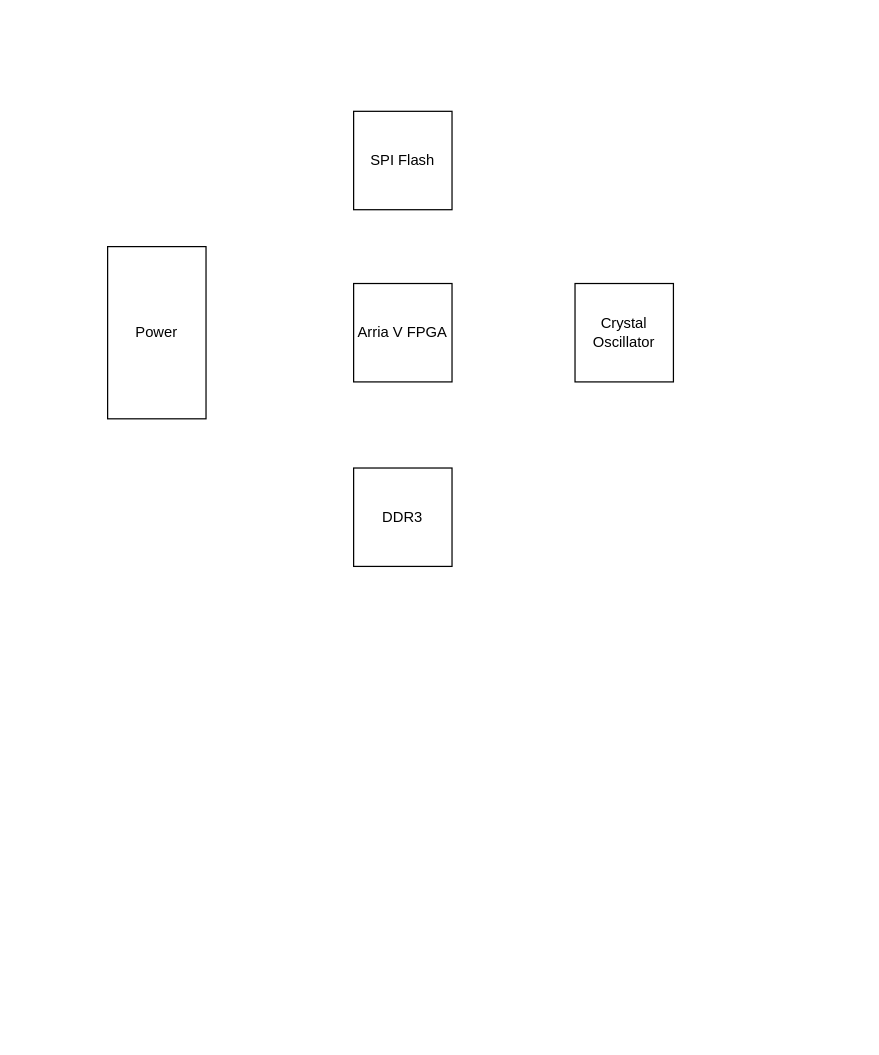
This is ArriaV_T-CON/HardwareDesignDiagram.drawio from Alfre-D-Wen/Projects_Review, a draw.io file, before an edit. Source tidied: cells renumbered, new cells numbered last; positions are measured from the earlier drawing's top-left corner, leaving out a move shared by most shapes. Both pictures are drawn from the tidied source at 123%, with x=0, y=0 at pixel (107, 111).
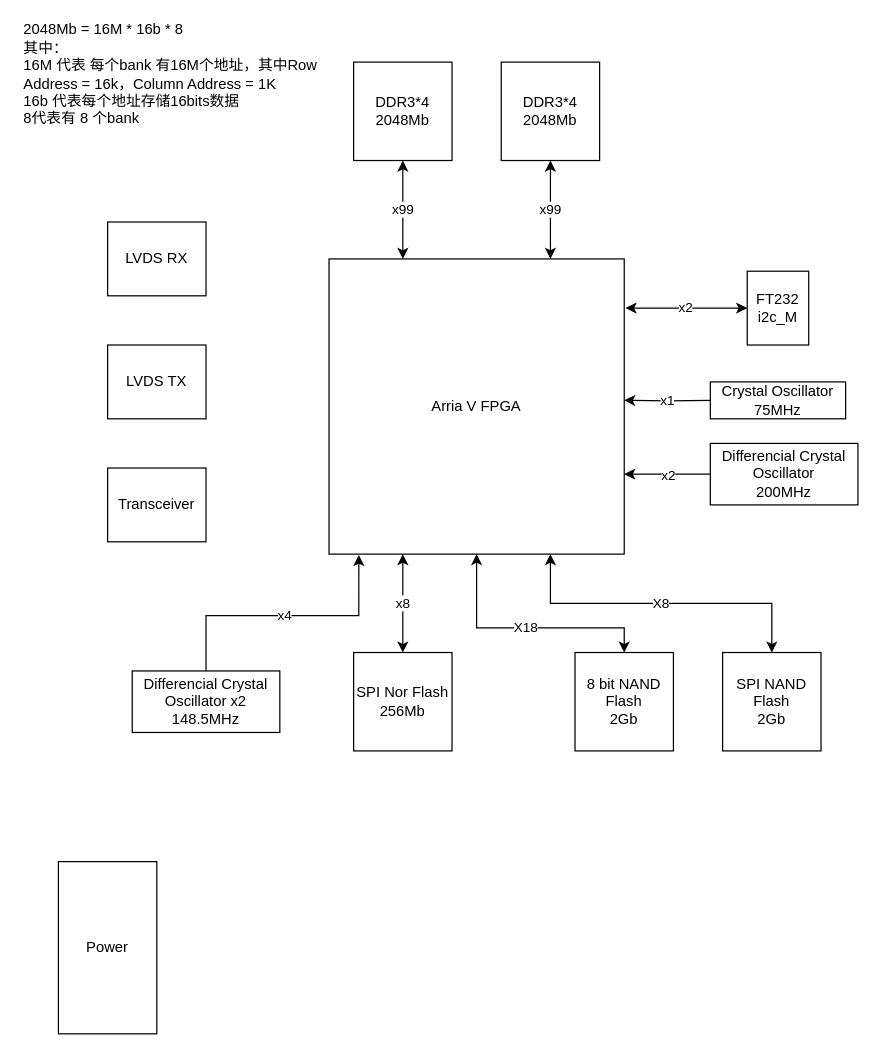
The same page after the edit.

What changed in the source:
```diff
@@
+    <mxCell id="7" value="x99" style="edgeStyle=orthogonalEdgeStyle;rounded=0;jettySize=auto;html=1;exitX=0.25;exitY=0;exitDx=0;exitDy=0;entryX=0.5;entryY=1;entryDx=0;entryDy=0;startArrow=classic;startFill=1;" parent="1" edge="1" source="2" target="5">
+      <mxGeometry relative="1" as="geometry" />
+    </mxCell>
+    <mxCell id="8" value="x1" style="edgeStyle=orthogonalEdgeStyle;rounded=0;jettySize=auto;html=1;entryX=0;entryY=0.5;entryDx=0;entryDy=0;startArrow=classic;startFill=1;endArrow=none;endFill=0;" parent="1" edge="1" target="6">
+      <mxGeometry relative="1" as="geometry">
+        <mxPoint x="420" y="235" as="sourcePoint" />
+      </mxGeometry>
+    </mxCell>
+    <mxCell id="9" value="X8" style="edgeStyle=orthogonalEdgeStyle;rounded=0;jettySize=auto;html=1;exitX=0.75;exitY=1;exitDx=0;exitDy=0;entryX=0.5;entryY=0;entryDx=0;entryDy=0;startArrow=classic;startFill=1;endArrow=classic;endFill=1;" parent="1" edge="1" source="2" target="4">
+      <mxGeometry relative="1" as="geometry" />
+    </mxCell>
+    <mxCell id="10" value="X18" style="edgeStyle=orthogonalEdgeStyle;rounded=0;jettySize=auto;html=1;exitX=0.5;exitY=1;exitDx=0;exitDy=0;entryX=0.5;entryY=0;entryDx=0;entryDy=0;startArrow=classic;startFill=1;endArrow=classic;endFill=1;" parent="1" edge="1" source="2" target="19">
+      <mxGeometry relative="1" as="geometry">
+        <Array as="points">
+          <mxPoint x="300" y="420" />
+          <mxPoint x="420" y="420" />
+        </Array>
+      </mxGeometry>
+    </mxCell>
     <mxCell id="2" value="Arria V FPGA" style="whiteSpace=wrap;html=1;" parent="1" vertex="1">
-      <mxGeometry x="200" y="140" width="80" height="80" as="geometry" />
+      <mxGeometry x="180" y="120" width="240" height="240" as="geometry" />
     </mxCell>
     <mxCell id="3" value="Power" style="rounded=0;whiteSpace=wrap;html=1;rotation=0;" parent="1" vertex="1">
-      <mxGeometry y="110" width="80" height="140" as="geometry" />
+      <mxGeometry x="-40" y="610" width="80" height="140" as="geometry" />
     </mxCell>
-    <mxCell id="4" value="SPI Flash" style="rounded=0;whiteSpace=wrap;html=1;rotation=0;" parent="1" vertex="1">
-      <mxGeometry x="200" width="80" height="80" as="geometry" />
+    <mxCell id="4" value="SPI NAND Flash&lt;br&gt;2Gb" style="rounded=0;whiteSpace=wrap;html=1;rotation=0;" parent="1" vertex="1">
+      <mxGeometry x="500" y="440" width="80" height="80" as="geometry" />
     </mxCell>
-    <mxCell id="5" value="DDR3" style="rounded=0;whiteSpace=wrap;html=1;rotation=0;" parent="1" vertex="1">
-      <mxGeometry x="200" y="290" width="80" height="80" as="geometry" />
+    <mxCell id="5" value="DDR3*4&lt;br&gt;2048Mb" style="rounded=0;whiteSpace=wrap;html=1;rotation=0;" parent="1" vertex="1">
+      <mxGeometry x="200" y="-40" width="80" height="80" as="geometry" />
     </mxCell>
-    <mxCell id="6" value="Crystal Oscillator" style="rounded=0;whiteSpace=wrap;html=1;rotation=0;" parent="1" vertex="1">
-      <mxGeometry x="380" y="140" width="80" height="80" as="geometry" />
+    <mxCell id="6" value="Crystal Oscillator&lt;br&gt;75MHz" style="rounded=0;whiteSpace=wrap;html=1;rotation=0;" parent="1" vertex="1">
+      <mxGeometry x="490" y="220" width="110" height="30" as="geometry" />
     </mxCell>
+    <mxCell id="11" value="LVDS RX" style="rounded=0;whiteSpace=wrap;html=1;" parent="1" vertex="1">
+      <mxGeometry y="90" width="80" height="60" as="geometry" />
+    </mxCell>
+    <mxCell id="12" value="2048Mb = 16M * 16b * 8&lt;br&gt;其中：&lt;br&gt;16M 代表 每个bank 有16M个地址，其中Row Address = 16k，Column Address = 1K&lt;br&gt;16b 代表每个地址存储16bits数据&lt;br&gt;8代表有 8 个bank" style="text;html=1;strokeColor=none;fillColor=none;align=left;verticalAlign=middle;whiteSpace=wrap;rounded=0;" parent="1" vertex="1">
+      <mxGeometry x="-70" y="-40" width="270" height="20" as="geometry" />
+    </mxCell>
+    <mxCell id="13" value="x2" style="edgeStyle=orthogonalEdgeStyle;rounded=0;jettySize=auto;html=1;exitX=0;exitY=0.5;exitDx=0;exitDy=0;startArrow=classic;startFill=1;" parent="1" edge="1" source="14">
+      <mxGeometry relative="1" as="geometry">
+        <mxPoint x="421" y="160" as="targetPoint" />
+        <Array as="points">
+          <mxPoint x="421" y="160" />
+        </Array>
+      </mxGeometry>
+    </mxCell>
+    <mxCell id="14" value="FT232&lt;br&gt;i2c_M" style="rounded=0;whiteSpace=wrap;html=1;rotation=0;" parent="1" vertex="1">
+      <mxGeometry x="520" y="130" width="50" height="60" as="geometry" />
+    </mxCell>
+    <mxCell id="15" value="x99" style="edgeStyle=orthogonalEdgeStyle;rounded=0;jettySize=auto;html=1;exitX=0.5;exitY=1;exitDx=0;exitDy=0;entryX=0.75;entryY=0;entryDx=0;entryDy=0;startArrow=classic;startFill=1;" parent="1" edge="1" source="16" target="2">
+      <mxGeometry relative="1" as="geometry" />
+    </mxCell>
+    <mxCell id="16" value="DDR3*4&lt;br&gt;2048Mb" style="rounded=0;whiteSpace=wrap;html=1;rotation=0;" parent="1" vertex="1">
+      <mxGeometry x="320" y="-40" width="80" height="80" as="geometry" />
+    </mxCell>
+    <mxCell id="17" value="x2" style="edgeStyle=orthogonalEdgeStyle;rounded=0;jettySize=auto;html=1;exitX=0;exitY=0.5;exitDx=0;exitDy=0;startArrow=none;startFill=0;endArrow=classic;endFill=1;" parent="1" edge="1" source="18">
+      <mxGeometry relative="1" as="geometry">
+        <mxPoint x="420" y="295" as="targetPoint" />
+      </mxGeometry>
+    </mxCell>
+    <mxCell id="18" value="Differencial Crystal Oscillator&lt;br&gt;200MHz" style="rounded=0;whiteSpace=wrap;html=1;rotation=0;" parent="1" vertex="1">
+      <mxGeometry x="490" y="270" width="120" height="50" as="geometry" />
+    </mxCell>
+    <mxCell id="19" value="8 bit NAND Flash&lt;br&gt;2Gb" style="rounded=0;whiteSpace=wrap;html=1;rotation=0;" parent="1" vertex="1">
+      <mxGeometry x="380" y="440" width="80" height="80" as="geometry" />
+    </mxCell>
+    <mxCell id="20" value="x4" style="edgeStyle=orthogonalEdgeStyle;rounded=0;jettySize=auto;html=1;exitX=0.5;exitY=0;exitDx=0;exitDy=0;entryX=0.101;entryY=1.003;entryDx=0;entryDy=0;entryPerimeter=0;startArrow=none;startFill=0;endArrow=classic;endFill=1;" parent="1" edge="1" source="21" target="2">
+      <mxGeometry relative="1" as="geometry">
+        <Array as="points">
+          <mxPoint x="80" y="410" />
+          <mxPoint x="204" y="410" />
+        </Array>
+      </mxGeometry>
+    </mxCell>
+    <mxCell id="21" value="Differencial Crystal Oscillator x2&lt;br&gt;148.5MHz" style="rounded=0;whiteSpace=wrap;html=1;rotation=0;" parent="1" vertex="1">
+      <mxGeometry x="20" y="455" width="120" height="50" as="geometry" />
+    </mxCell>
+    <mxCell id="22" value="x8" style="edgeStyle=orthogonalEdgeStyle;rounded=0;jettySize=auto;html=1;exitX=0.5;exitY=0;exitDx=0;exitDy=0;entryX=0.25;entryY=1;entryDx=0;entryDy=0;startArrow=classic;startFill=1;endArrow=classic;endFill=1;" parent="1" edge="1" source="23" target="2">
+      <mxGeometry relative="1" as="geometry" />
+    </mxCell>
+    <mxCell id="23" value="SPI Nor Flash&lt;br&gt;256Mb" style="rounded=0;whiteSpace=wrap;html=1;rotation=0;" parent="1" vertex="1">
+      <mxGeometry x="200" y="440" width="80" height="80" as="geometry" />
+    </mxCell>
+    <mxCell id="24" value="Transceiver" style="rounded=0;whiteSpace=wrap;html=1;" parent="1" vertex="1">
+      <mxGeometry y="290" width="80" height="60" as="geometry" />
+    </mxCell>
+    <mxCell id="25" value="LVDS TX" style="rounded=0;whiteSpace=wrap;html=1;" parent="1" vertex="1">
+      <mxGeometry y="190" width="80" height="60" as="geometry" />
+    </mxCell>
```
